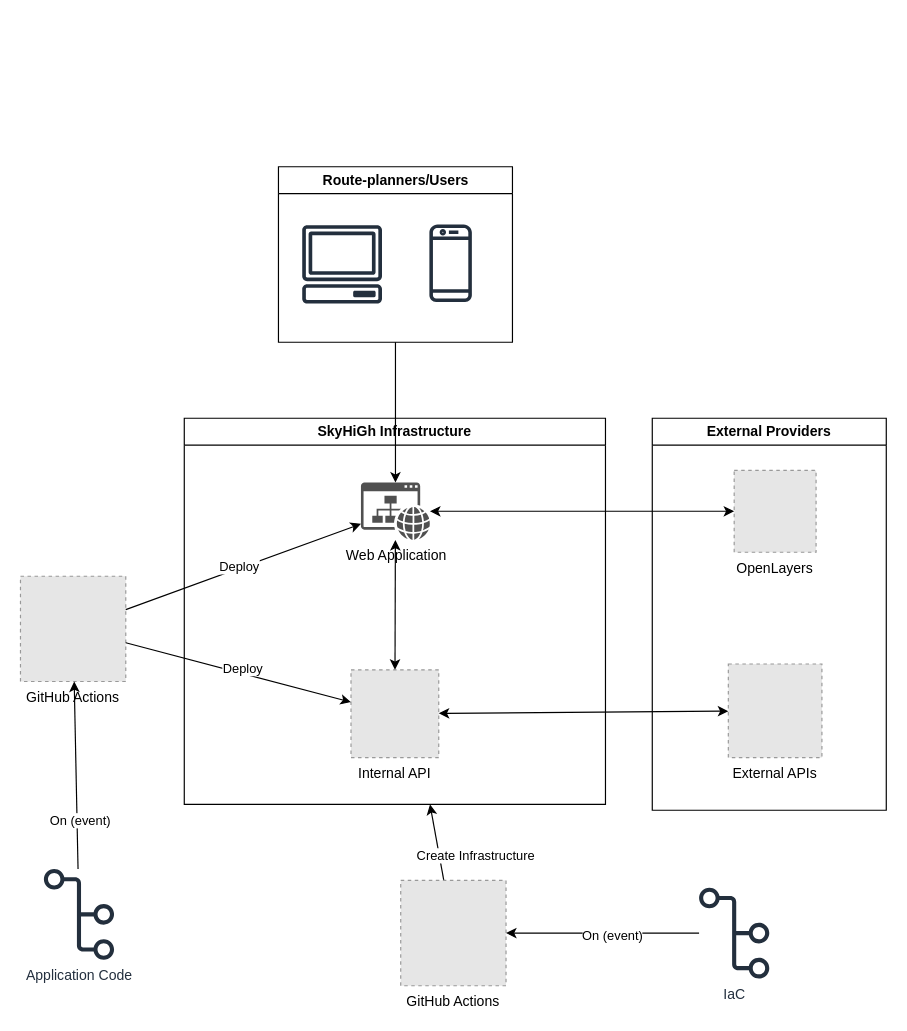
This is initial_systemdesign.drawio from skogkursbachelor/diagrams, a draw.io file, before an edit. Source tidied: cells renumbered, new cells numbered last; positions are measured from the earlier drawing's top-left corner, leaving out a move shared by most shapes. Both pictures are drawn from the tidied source at 117%, with x=0, y=0 at pixel (20, 166). Pictures stored in the file or linked from it are replaced by grey dashed boxes.
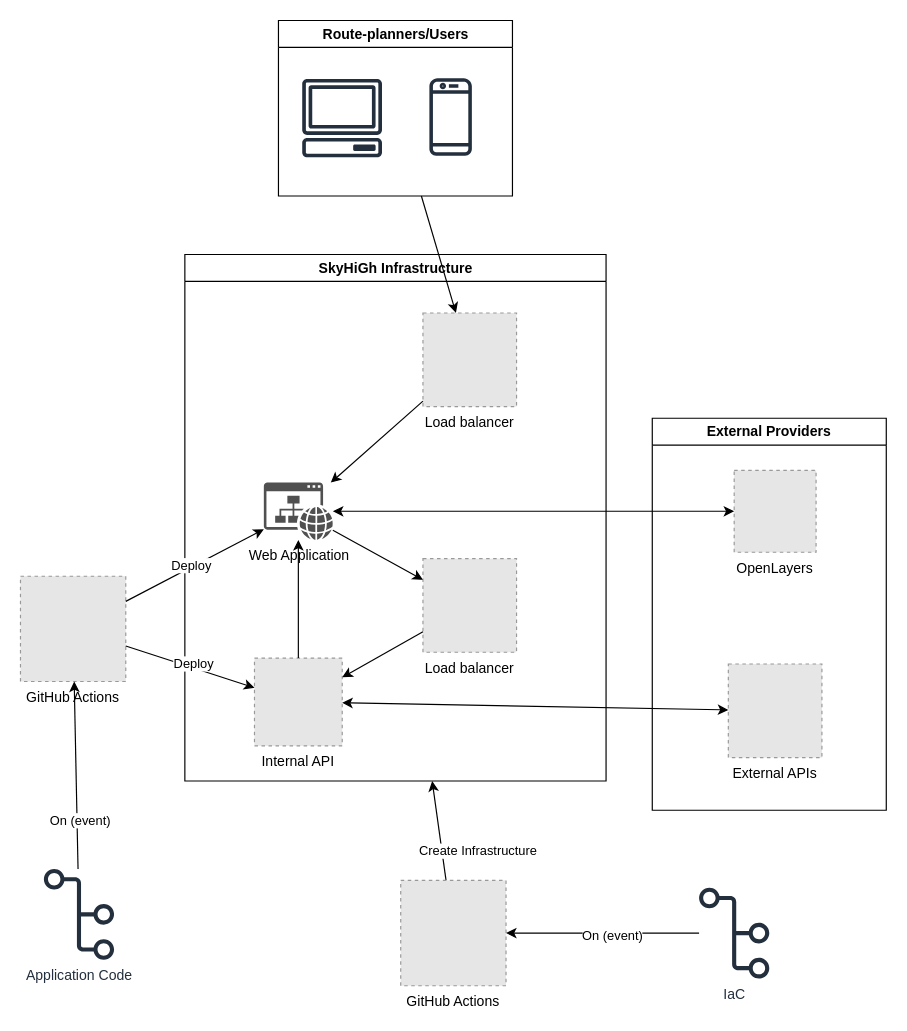
Above is the later version.

Diff of the diagram source:
```diff
@@
     <mxCell id="4" value="SkyHiGh Infrastructure" style="swimlane;whiteSpace=wrap;html=1;" parent="1" vertex="1">
-      <mxGeometry x="140" y="215" width="360" height="330" as="geometry" />
+      <mxGeometry x="140.5" y="75" width="360" height="450" as="geometry" />
     </mxCell>
     <mxCell id="5" value="Web Application" style="sketch=0;shadow=0;dashed=0;html=1;strokeColor=none;fillColor=#505050;labelPosition=center;verticalLabelPosition=bottom;verticalAlign=top;outlineConnect=0;align=center;shape=mxgraph.office.concepts.website;" parent="4" vertex="1">
-      <mxGeometry x="151" y="55" width="59" height="49" as="geometry" />
+      <mxGeometry x="67.5" y="195" width="59" height="49" as="geometry" />
     </mxCell>
     <mxCell id="6" value="Internal API" style="fillColor=#E6E6E6;strokeColor=#999999;dashed=1;verticalLabelPosition=bottom;labelBackgroundColor=default;verticalAlign=top;" parent="4" vertex="1">
-      <mxGeometry x="142.5" y="215" width="75" height="75" as="geometry" />
+      <mxGeometry x="59.5" y="345" width="75" height="75" as="geometry" />
     </mxCell>
+    <mxCell id="28" value="Load balancer" style="fillColor=#E6E6E6;strokeColor=#999999;dashed=1;verticalLabelPosition=bottom;labelBackgroundColor=default;verticalAlign=top;" parent="4" vertex="1">
+      <mxGeometry x="203.5" y="50" width="80" height="80" as="geometry" />
+    </mxCell>
+    <mxCell id="29" style="endArrow=classic;html=1;rounded=0;" parent="4" edge="1" source="28" target="5">
+      <mxGeometry relative="1" as="geometry" />
+    </mxCell>
-    <mxCell id="7" style="endArrow=classic;startArrow=classic;html=1;rounded=0;" parent="4" edge="1" source="6" target="5">
+    <mxCell id="7" style="endArrow=classic;html=1;rounded=0;" parent="4" edge="1" source="6" target="5">
       <mxGeometry relative="1" as="geometry" />
     </mxCell>
+    <mxCell id="30" value="Load balancer" style="fillColor=#E6E6E6;strokeColor=#999999;dashed=1;verticalLabelPosition=bottom;labelBackgroundColor=default;verticalAlign=top;" parent="4" vertex="1">
+      <mxGeometry x="203.5" y="260" width="80" height="80" as="geometry" />
+    </mxCell>
+    <mxCell id="31" style="endArrow=classic;html=1;rounded=0;" parent="4" edge="1" source="5" target="30">
+      <mxGeometry relative="1" as="geometry" />
+    </mxCell>
+    <mxCell id="32" style="endArrow=classic;html=1;rounded=0;" parent="4" edge="1" source="30" target="6">
+      <mxGeometry relative="1" as="geometry" />
+    </mxCell>
@@
     <mxCell id="13" value="Route-planners/Users" style="swimlane;whiteSpace=wrap;html=1;" parent="1" vertex="1">
-      <mxGeometry x="220.5" width="200" height="150" as="geometry" />
+      <mxGeometry x="220.5" y="-125" width="200" height="150" as="geometry" />
     </mxCell>
@@
-    <mxCell id="27" style="endArrow=classic;html=1;rounded=0;" parent="1" edge="1" source="13" target="5">
-      <mxGeometry relative="1" as="geometry" />
-    </mxCell>
+    <mxCell id="33" style="endArrow=classic;html=1;rounded=0;" parent="1" edge="1" source="13" target="28">
+      <mxGeometry relative="1" as="geometry" />
+    </mxCell>
```
